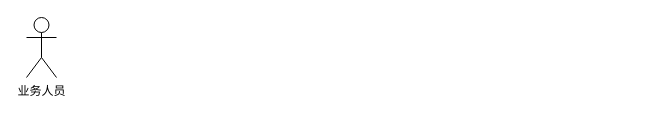
This is 太平/underwritting.drawio from XiaoLiuAI/diagrams, a draw.io file, before an edit. Source tidied: cells renumbered, new cells numbered last; positions are measured from the earlier drawing's top-left corner, leaving out a move shared by most shapes. Both pictures are drawn from the tidied source at 100%, with x=0, y=0 at pixel (26, 17).
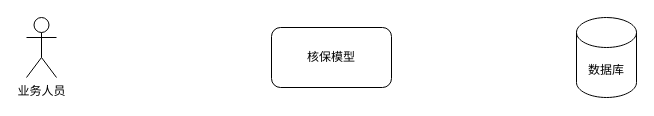
The same diagram, later.

What changed in the source:
```diff
@@
 <mxGraphModel>
   <root>
     <mxCell id="0" />
     <mxCell id="1" parent="0" />
     <mxCell id="2" value="业务人员" style="shape=umlActor;verticalLabelPosition=bottom;verticalAlign=top;html=1;" parent="1" vertex="1">
       <mxGeometry width="30" height="60" as="geometry" />
     </mxCell>
+    <mxCell id="3" value="核保模型" style="rounded=1;whiteSpace=wrap;html=1;" parent="1" vertex="1">
+      <mxGeometry x="245" y="10" width="120" height="60" as="geometry" />
+    </mxCell>
+    <mxCell id="4" value="数据库" style="shape=cylinder3;whiteSpace=wrap;html=1;boundedLbl=1;backgroundOutline=1;size=15;" parent="1" vertex="1">
+      <mxGeometry x="550" width="60" height="80" as="geometry" />
+    </mxCell>
   </root>
 </mxGraphModel>
```
